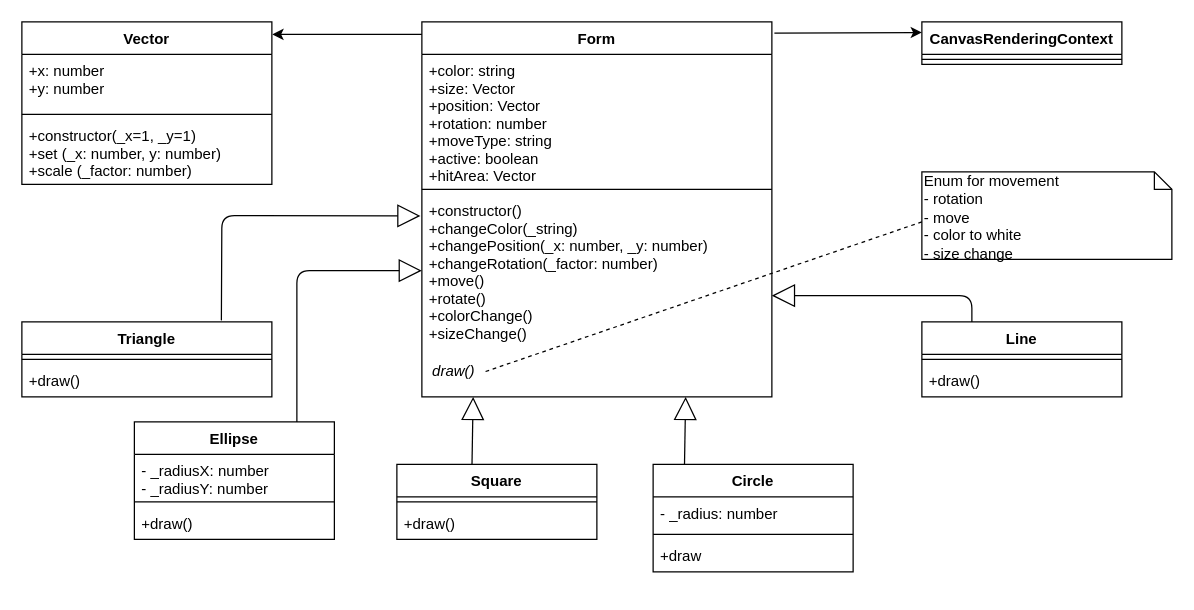
The draw.io diagram page "ClassDiagram" (2 of 5) of L12_Addition/Konzeption/Konzeption.drawio in KohlerAl/EIA2, before the edit. Source tidied: cells renumbered, new cells numbered last; positions are measured from the earlier drawing's top-left corner, leaving out a move shared by most shapes. Both pictures are drawn from the tidied source at 125%, with x=0, y=0 at pixel (21, 21).
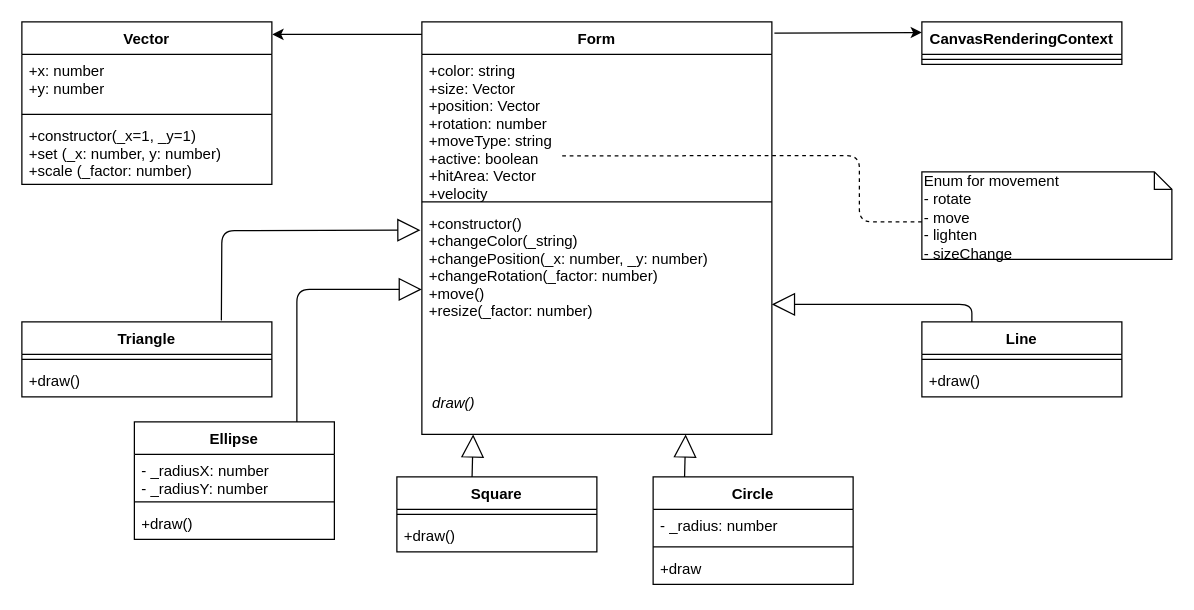
The same page after the edit.

The change refers to these unchanged cells:
```xml
<mxCell id="17" value="Triangle" style="swimlane;fontStyle=1;align=center;verticalAlign=top;horizontal=1;startSize=26;" parent="1" vertex="1">
  <mxGeometry y="240" width="200" height="60" as="geometry" />
</mxCell>
```

The edit, as a diff of the source:
```diff
@@
     <mxCell id="6" value="Form" style="swimlane;fontStyle=1;align=center;verticalAlign=top;horizontal=1;startSize=26;" parent="1" vertex="1">
-      <mxGeometry x="320" width="280" height="300" as="geometry" />
+      <mxGeometry x="320" width="280" height="330" as="geometry" />
     </mxCell>
-    <mxCell id="7" value="+color: string&#10;+size: Vector&#10;+position: Vector&#10;+rotation: number&#10;+moveType: string&#10;+active: boolean &#10;+hitArea: Vector" style="text;strokeColor=none;fillColor=none;align=left;verticalAlign=top;spacingLeft=4;spacingRight=4;overflow=hidden;points=[[0,0.5],[1,0.5]];portConstraint=eastwest;fontStyle=0;horizontal=1;" parent="6" vertex="1">
-      <mxGeometry y="26" width="280" height="104" as="geometry" />
+    <mxCell id="7" value="+color: string&#10;+size: Vector&#10;+position: Vector&#10;+rotation: number&#10;+moveType: string&#10;+active: boolean &#10;+hitArea: Vector&#10;+velocity" style="text;strokeColor=none;fillColor=none;align=left;verticalAlign=top;spacingLeft=4;spacingRight=4;overflow=hidden;points=[[0,0.5],[1,0.5]];portConstraint=eastwest;fontStyle=0;horizontal=1;" parent="6" vertex="1">
+      <mxGeometry y="26" width="280" height="114" as="geometry" />
     </mxCell>
     <mxCell id="8" style="line;strokeWidth=1;fillColor=none;align=left;verticalAlign=middle;spacingTop=-1;spacingLeft=3;spacingRight=3;labelPosition=right;" parent="6" vertex="1">
-      <mxGeometry y="130" width="280" height="8" as="geometry" />
+      <mxGeometry y="140" width="280" height="8" as="geometry" />
     </mxCell>
-    <mxCell id="9" value="+constructor()&#10;+changeColor(_string)&#10;+changePosition(_x: number, _y: number) &#10;+changeRotation(_factor: number)&#10;+move()&#10;+rotate()&#10;+colorChange()&#10;+sizeChange()" style="text;strokeColor=none;fillColor=none;align=left;verticalAlign=top;spacingLeft=4;spacingRight=4;overflow=hidden;points=[[0,0.5],[1,0.5]];portConstraint=eastwest;" parent="6" vertex="1">
-      <mxGeometry y="138" width="280" height="122" as="geometry" />
+    <mxCell id="9" value="+constructor()&#10;+changeColor(_string)&#10;+changePosition(_x: number, _y: number) &#10;+changeRotation(_factor: number)&#10;+move()&#10;+resize(_factor: number)" style="text;strokeColor=none;fillColor=none;align=left;verticalAlign=top;spacingLeft=4;spacingRight=4;overflow=hidden;points=[[0,0.5],[1,0.5]];portConstraint=eastwest;" parent="6" vertex="1">
+      <mxGeometry y="148" width="280" height="132" as="geometry" />
     </mxCell>
     <mxCell id="10" value="&lt;i&gt;&amp;nbsp; draw()&lt;/i&gt;" style="text;html=1;strokeColor=none;fillColor=none;align=left;verticalAlign=middle;whiteSpace=wrap;rounded=0;" parent="6" vertex="1">
-      <mxGeometry y="260" width="280" height="40" as="geometry" />
+      <mxGeometry y="280" width="280" height="50" as="geometry" />
     </mxCell>
-    <mxCell id="11" value="Enum for movement&lt;br&gt;- rotation&amp;nbsp;&lt;br&gt;- move&lt;br&gt;- color to white&lt;br&gt;- size change" style="shape=note;whiteSpace=wrap;html=1;size=14;verticalAlign=top;align=left;spacingTop=-6;" parent="1" vertex="1">
+    <mxCell id="11" value="Enum for movement&lt;br&gt;- rotate&lt;br&gt;- move&lt;br&gt;- lighten&lt;br&gt;- sizeChange" style="shape=note;whiteSpace=wrap;html=1;size=14;verticalAlign=top;align=left;spacingTop=-6;" parent="1" vertex="1">
       <mxGeometry x="720" y="120" width="200" height="70" as="geometry" />
     </mxCell>
-    <mxCell id="12" style="endArrow=none;dashed=1;html=1;entryX=0.179;entryY=0.5;entryDx=0;entryDy=0;entryPerimeter=0;" parent="1" edge="1" target="10">
+    <mxCell id="12" style="endArrow=none;dashed=1;html=1;entryX=0.393;entryY=0.712;entryDx=0;entryDy=0;entryPerimeter=0;" parent="1" edge="1" target="7">
       <mxGeometry relative="1" as="geometry">
         <mxPoint x="720" y="160" as="sourcePoint" />
+        <Array as="points">
+          <mxPoint x="670" y="160" />
+          <mxPoint x="670" y="107" />
+        </Array>
       </mxGeometry>
     </mxCell>
@@
     <mxCell id="20" style="endArrow=block;endSize=16;endFill=0;html=1;entryX=-0.004;entryY=0.141;entryDx=0;entryDy=0;entryPerimeter=0;exitX=0.798;exitY=-0.02;exitDx=0;exitDy=0;exitPerimeter=0;" parent="1" edge="1" source="17" target="9">
       <mxGeometry relative="1" as="geometry">
         <Array as="points">
-          <mxPoint x="160" y="155" />
+          <mxPoint x="160" y="167" />
         </Array>
       </mxGeometry>
     </mxCell>
@@
     <mxCell id="25" style="endArrow=block;endSize=16;endFill=0;html=1;entryX=0;entryY=0.5;entryDx=0;entryDy=0;exitX=0.798;exitY=-0.02;exitDx=0;exitDy=0;exitPerimeter=0;" parent="1" edge="1" target="9">
       <mxGeometry relative="1" as="geometry">
         <mxPoint x="220" y="320" as="sourcePoint" />
         <Array as="points">
-          <mxPoint x="220" y="199" />
+          <mxPoint x="220" y="214" />
         </Array>
       </mxGeometry>
     </mxCell>
     <mxCell id="26" style="endArrow=block;endSize=16;endFill=0;html=1;exitX=0.798;exitY=-0.02;exitDx=0;exitDy=0;exitPerimeter=0;" parent="1" edge="1">
       <mxGeometry relative="1" as="geometry">
-        <mxPoint x="360" y="360" as="sourcePoint" />
-        <mxPoint x="361" y="300" as="targetPoint" />
+        <mxPoint x="360" y="370" as="sourcePoint" />
+        <mxPoint x="361" y="330" as="targetPoint" />
       </mxGeometry>
     </mxCell>
@@
     <mxCell id="30" style="endArrow=block;endSize=16;endFill=0;html=1;exitX=0.798;exitY=-0.02;exitDx=0;exitDy=0;exitPerimeter=0;" parent="1" edge="1">
       <mxGeometry relative="1" as="geometry">
-        <mxPoint x="530" y="360" as="sourcePoint" />
-        <mxPoint x="531" y="300" as="targetPoint" />
+        <mxPoint x="530" y="370" as="sourcePoint" />
+        <mxPoint x="531" y="330" as="targetPoint" />
       </mxGeometry>
     </mxCell>
-    <mxCell id="31" style="endArrow=block;endSize=16;endFill=0;html=1;exitX=0.798;exitY=-0.02;exitDx=0;exitDy=0;exitPerimeter=0;entryX=1;entryY=0.664;entryDx=0;entryDy=0;entryPerimeter=0;" parent="1" edge="1" target="9">
+    <mxCell id="31" style="endArrow=block;endSize=16;endFill=0;html=1;exitX=0.798;exitY=-0.02;exitDx=0;exitDy=0;exitPerimeter=0;" parent="1" edge="1">
       <mxGeometry relative="1" as="geometry">
         <mxPoint x="760" y="240" as="sourcePoint" />
+        <mxPoint x="600" y="226" as="targetPoint" />
         <Array as="points">
-          <mxPoint x="760" y="219" />
+          <mxPoint x="760" y="226" />
         </Array>
       </mxGeometry>
     </mxCell>
     <mxCell id="32" value="Square" style="swimlane;fontStyle=1;align=center;verticalAlign=top;horizontal=1;startSize=26;" parent="1" vertex="1">
-      <mxGeometry x="300" y="354" width="160" height="60" as="geometry" />
+      <mxGeometry x="300" y="364" width="160" height="60" as="geometry" />
     </mxCell>
@@
     <mxCell id="35" value="Circle" style="swimlane;fontStyle=1;align=center;verticalAlign=top;horizontal=1;startSize=26;" parent="1" vertex="1">
-      <mxGeometry x="505" y="354" width="160" height="86" as="geometry" />
+      <mxGeometry x="505" y="364" width="160" height="86" as="geometry" />
     </mxCell>
```
